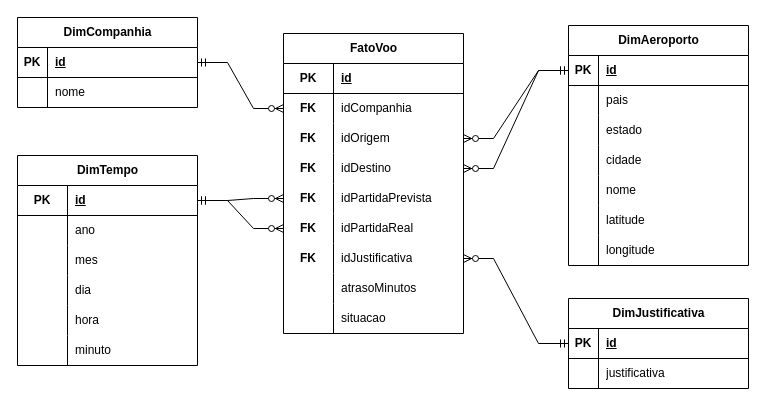
Earlier version of the draw.io diagram banco-de-dados/diagrama-entidade-relacional.drawio (Jota-Ve/voos-brasil). Source tidied: cells renumbered, new cells numbered last; positions are measured from the earlier drawing's top-left corner, leaving out a move shared by most shapes. Both pictures are drawn from the tidied source at 100%, with x=0, y=0 at pixel (17, 17).
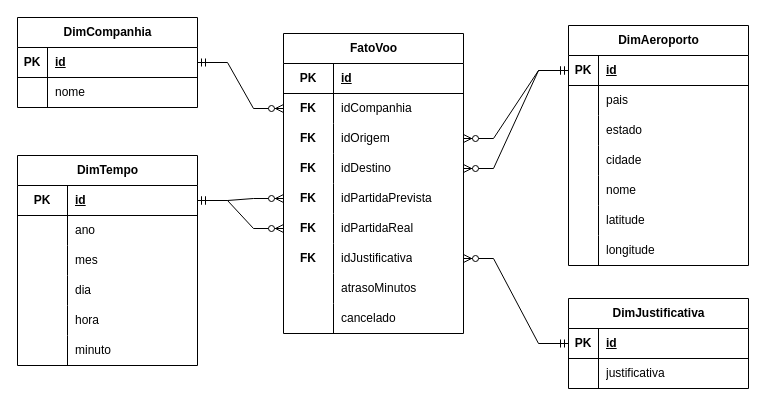
Above is the later version.

Commit message (it also covers changes not shown here):
Adiciona função map_tempo_to_id() e pequena mudança no DER

Unchanged cells that the change refers to:
```xml
<mxCell id="56" style="shape=tableRow;horizontal=0;startSize=0;swimlaneHead=0;swimlaneBody=0;fillColor=none;top=0;left=0;right=0;bottom=0;" parent="31" vertex="1">
  <mxGeometry y="270" width="180" height="30" as="geometry" />
</mxCell>
```

What changed in the source:
```diff
@@
-    <mxCell id="58" value="situacao" style="shape=partialRectangle;fillColor=none;top=0;left=0;bottom=0;right=0;align=left;spacingLeft=6;overflow=hidden;whiteSpace=wrap;html=1;" parent="56" vertex="1">
+    <mxCell id="58" value="cancelado" style="shape=partialRectangle;fillColor=none;top=0;left=0;bottom=0;right=0;align=left;spacingLeft=6;overflow=hidden;whiteSpace=wrap;html=1;" parent="56" vertex="1">
       <mxGeometry x="50" width="130" height="30" as="geometry" />
     </mxCell>
```
